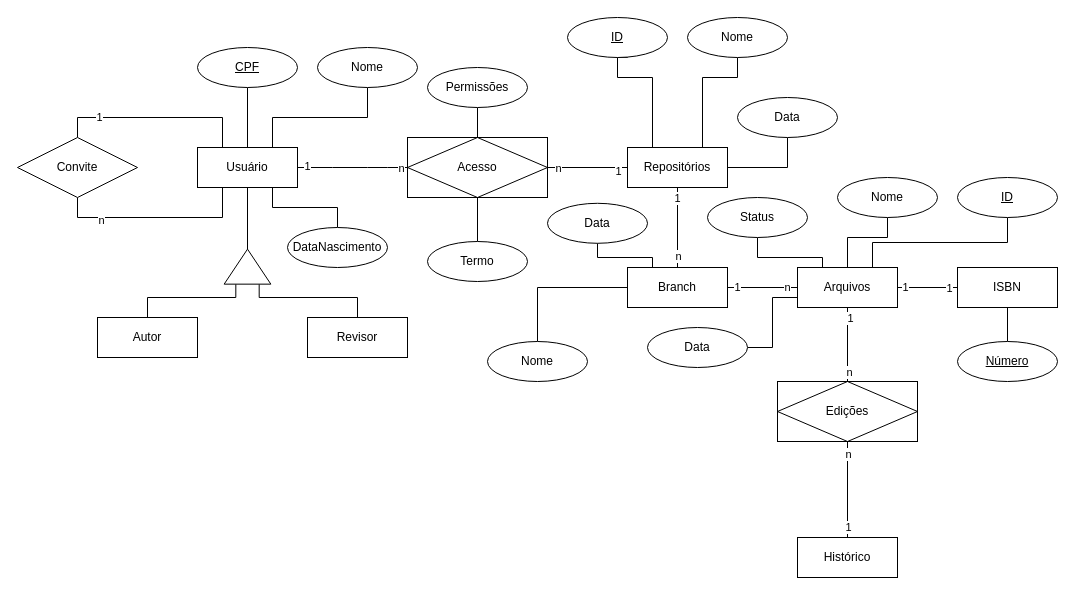
Earlier version of the draw.io diagram Untitled Diagram.drawio (bruniculos08/PPR0001). Source tidied: cells renumbered, new cells numbered last; positions are measured from the earlier drawing's top-left corner, leaving out a move shared by most shapes. Both pictures are drawn from the tidied source at 100%, with x=0, y=0 at pixel (17, 17).
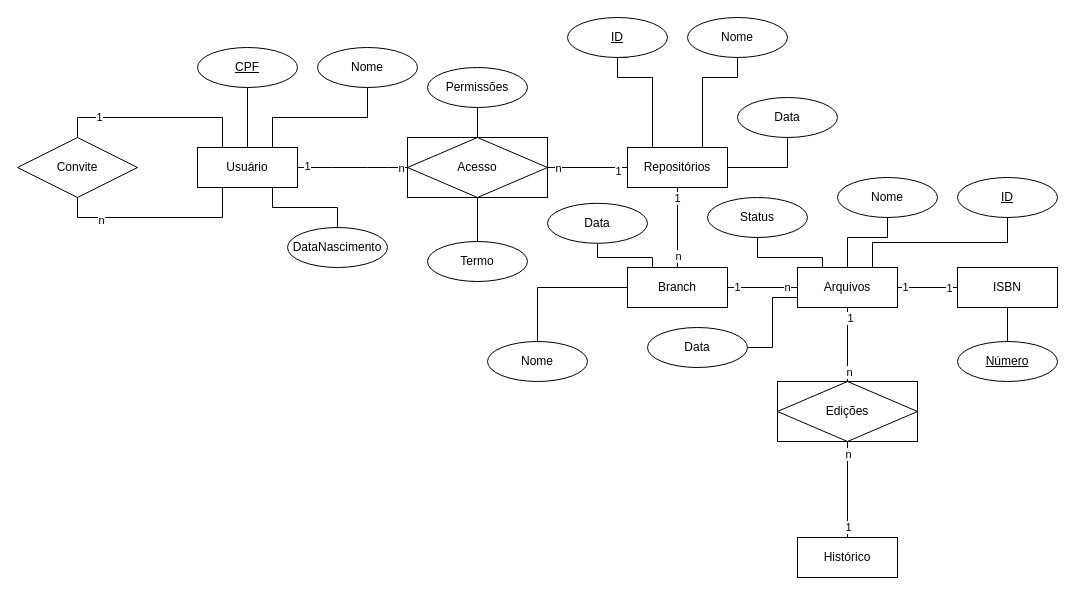
The same diagram, later.

Unchanged cells that the change refers to:
```xml
<mxCell id="9" value="Usuário" style="whiteSpace=wrap;html=1;align=center;" parent="1" vertex="1">
  <mxGeometry x="180" y="130" width="100" height="40" as="geometry" />
</mxCell>
```

The edit, as a diff of the source:
```diff
@@
-    <mxCell id="2" style="edgeStyle=orthogonalEdgeStyle;rounded=0;jettySize=auto;html=1;exitX=0.5;exitY=1;exitDx=0;exitDy=0;entryX=1;entryY=0.5;entryDx=0;entryDy=0;endArrow=none;endFill=0;" parent="1" edge="1" source="9" target="41">
-      <mxGeometry relative="1" as="geometry" />
-    </mxCell>
@@
-    <mxCell id="39" style="edgeStyle=orthogonalEdgeStyle;rounded=0;jettySize=auto;html=1;exitX=0;exitY=0.25;exitDx=0;exitDy=0;entryX=0.5;entryY=0;entryDx=0;entryDy=0;endArrow=none;endFill=0;" parent="1" edge="1" source="41" target="42">
-      <mxGeometry relative="1" as="geometry">
-        <Array as="points">
-          <mxPoint x="218" y="280" />
-          <mxPoint x="130" y="280" />
-        </Array>
-      </mxGeometry>
-    </mxCell>
-    <mxCell id="40" style="edgeStyle=orthogonalEdgeStyle;rounded=0;jettySize=auto;html=1;exitX=0;exitY=0.75;exitDx=0;exitDy=0;entryX=0.5;entryY=0;entryDx=0;entryDy=0;endArrow=none;endFill=0;" parent="1" edge="1" source="41" target="43">
-      <mxGeometry relative="1" as="geometry">
-        <Array as="points">
-          <mxPoint x="242" y="280" />
-          <mxPoint x="340" y="280" />
-        </Array>
-      </mxGeometry>
-    </mxCell>
-    <mxCell id="41" style="triangle;whiteSpace=wrap;html=1;rotation=-90;" parent="1" vertex="1">
-      <mxGeometry x="212.5" y="225.8" width="35" height="46.7" as="geometry" />
-    </mxCell>
-    <mxCell id="42" value="Autor" style="whiteSpace=wrap;html=1;align=center;" parent="1" vertex="1">
-      <mxGeometry x="80" y="300" width="100" height="40" as="geometry" />
-    </mxCell>
-    <mxCell id="43" value="Revisor" style="whiteSpace=wrap;html=1;align=center;" parent="1" vertex="1">
-      <mxGeometry x="290" y="300" width="100" height="40" as="geometry" />
-    </mxCell>
```
